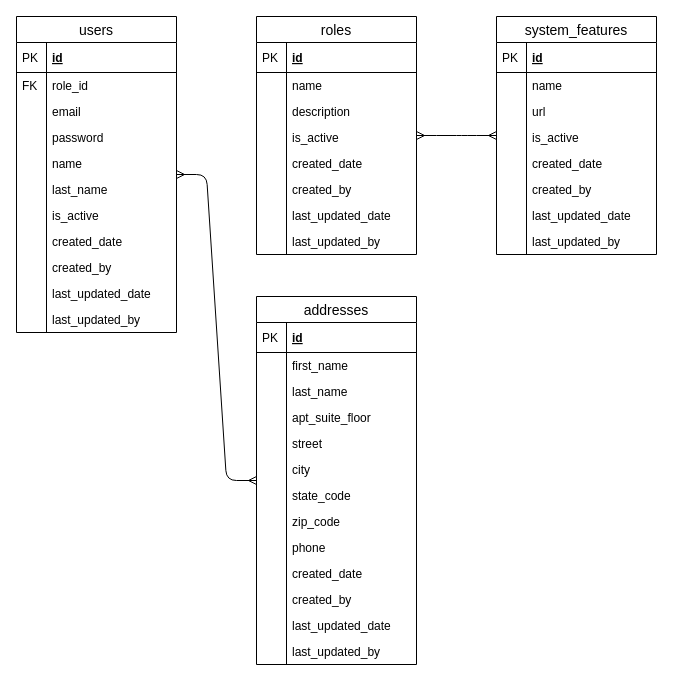
The draw.io diagram page "User Management" (1 of 8) of phase 2/HelloFresh_Phase_2.drawio in IcedTea0000/data-analyst-demo, before the edit. Source tidied: cells renumbered, new cells numbered last; positions are measured from the earlier drawing's top-left corner, leaving out a move shared by most shapes. Both pictures are drawn from the tidied source at 100%, with x=0, y=0 at pixel (16, 16).
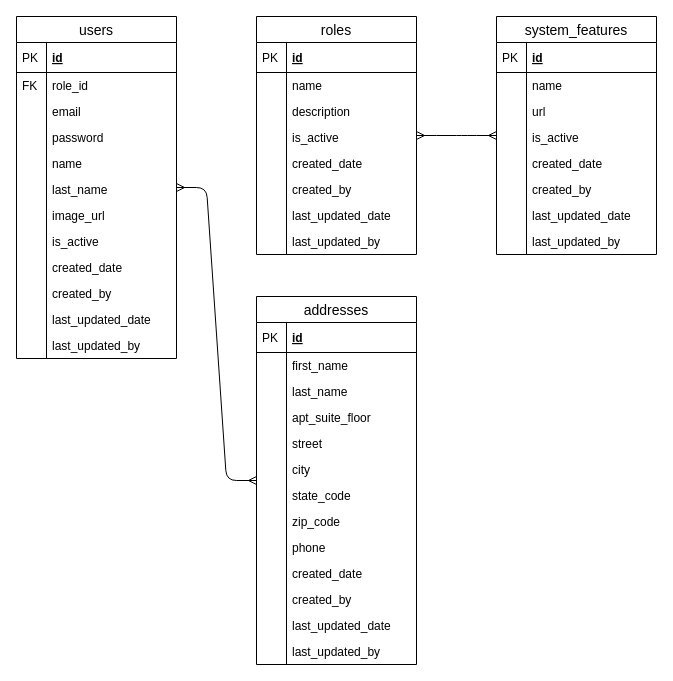
After the change.

Change to the diagram source:
```diff
@@
     <mxCell id="2" value="users" style="swimlane;fontStyle=0;horizontal=1;startSize=26;align=center;fontSize=14;fillColor=#FFFFFF;" parent="1" vertex="1">
-      <mxGeometry width="160" height="316" as="geometry" />
+      <mxGeometry width="160" height="342" as="geometry" />
     </mxCell>
@@
-    <mxCell id="15" value="is_active" style="shape=partialRectangle;top=0;left=0;right=0;bottom=0;align=left;verticalAlign=top;fillColor=none;spacingLeft=34;spacingRight=4;overflow=hidden;fontSize=12;" parent="2" vertex="1">
+    <mxCell id="15" value="image_url" style="shape=partialRectangle;top=0;left=0;right=0;bottom=0;align=left;verticalAlign=top;fillColor=none;spacingLeft=34;spacingRight=4;overflow=hidden;fontSize=12;" parent="2" vertex="1">
       <mxGeometry y="186" width="160" height="26" as="geometry" />
     </mxCell>
@@
+    <mxCell id="88" value="is_active" style="shape=partialRectangle;top=0;left=0;right=0;bottom=0;align=left;verticalAlign=top;fillColor=none;spacingLeft=34;spacingRight=4;overflow=hidden;fontSize=12;" parent="2" vertex="1">
+      <mxGeometry y="212" width="160" height="26" as="geometry" />
+    </mxCell>
+    <mxCell id="89" style="shape=partialRectangle;top=0;left=0;bottom=0;fillColor=none;align=left;verticalAlign=top;spacingLeft=4;spacingRight=4;overflow=hidden;fontSize=12;" parent="88" vertex="1">
+      <mxGeometry width="30" height="26" as="geometry" />
+    </mxCell>
     <mxCell id="17" value="created_date" style="shape=partialRectangle;top=0;left=0;right=0;bottom=0;align=left;verticalAlign=top;fillColor=none;spacingLeft=34;spacingRight=4;overflow=hidden;fontSize=12;" parent="2" vertex="1">
-      <mxGeometry y="212" width="160" height="26" as="geometry" />
+      <mxGeometry y="238" width="160" height="26" as="geometry" />
     </mxCell>
@@
     <mxCell id="19" value="created_by" style="shape=partialRectangle;top=0;left=0;right=0;bottom=0;align=left;verticalAlign=top;fillColor=none;spacingLeft=34;spacingRight=4;overflow=hidden;fontSize=12;" parent="2" vertex="1">
-      <mxGeometry y="238" width="160" height="26" as="geometry" />
+      <mxGeometry y="264" width="160" height="26" as="geometry" />
     </mxCell>
@@
     <mxCell id="21" value="last_updated_date" style="shape=partialRectangle;top=0;left=0;right=0;bottom=0;align=left;verticalAlign=top;fillColor=none;spacingLeft=34;spacingRight=4;overflow=hidden;fontSize=12;" parent="2" vertex="1">
-      <mxGeometry y="264" width="160" height="26" as="geometry" />
+      <mxGeometry y="290" width="160" height="26" as="geometry" />
     </mxCell>
@@
     <mxCell id="23" value="last_updated_by" style="shape=partialRectangle;top=0;left=0;right=0;bottom=0;align=left;verticalAlign=top;fillColor=none;spacingLeft=34;spacingRight=4;overflow=hidden;fontSize=12;" parent="2" vertex="1">
-      <mxGeometry y="290" width="160" height="26" as="geometry" />
+      <mxGeometry y="316" width="160" height="26" as="geometry" />
     </mxCell>
```
